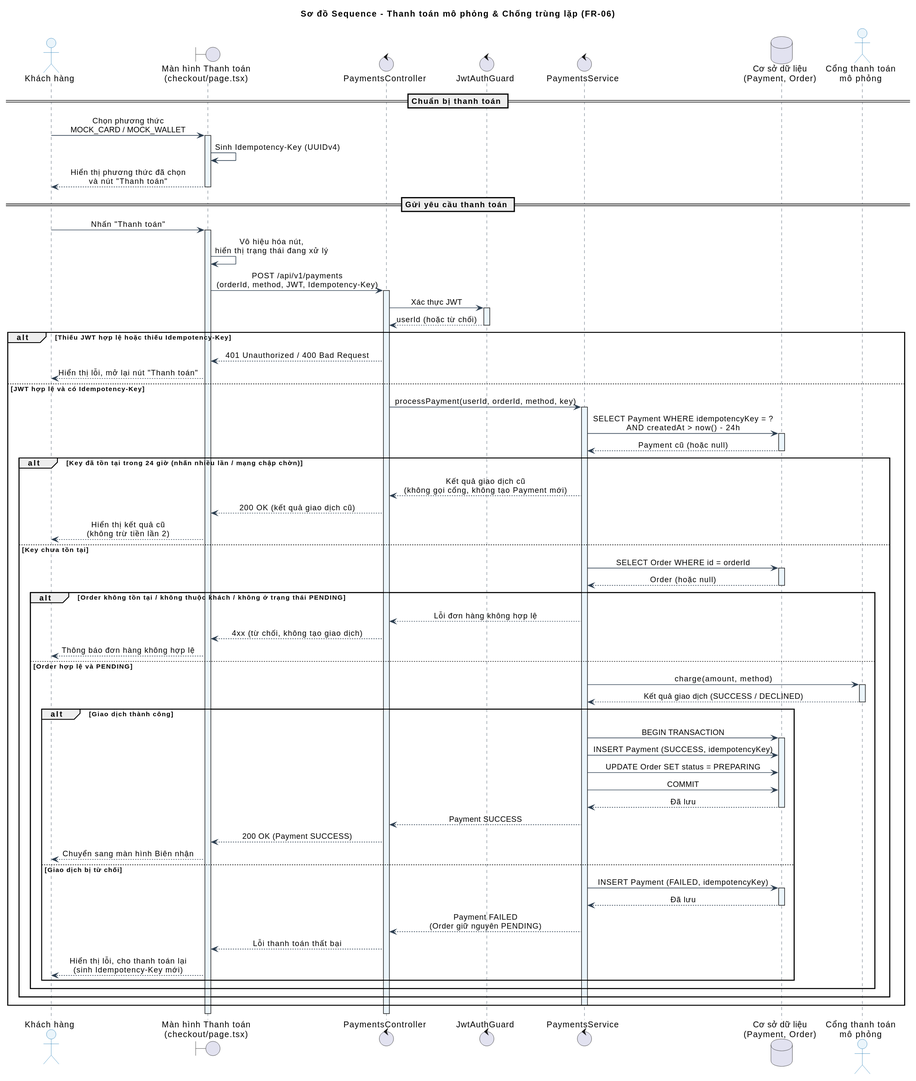
Before: docs/diagrams/payment/sequence-payment.svg, a diagram exported from PlantUML (Phuc280106/BrewLite2).
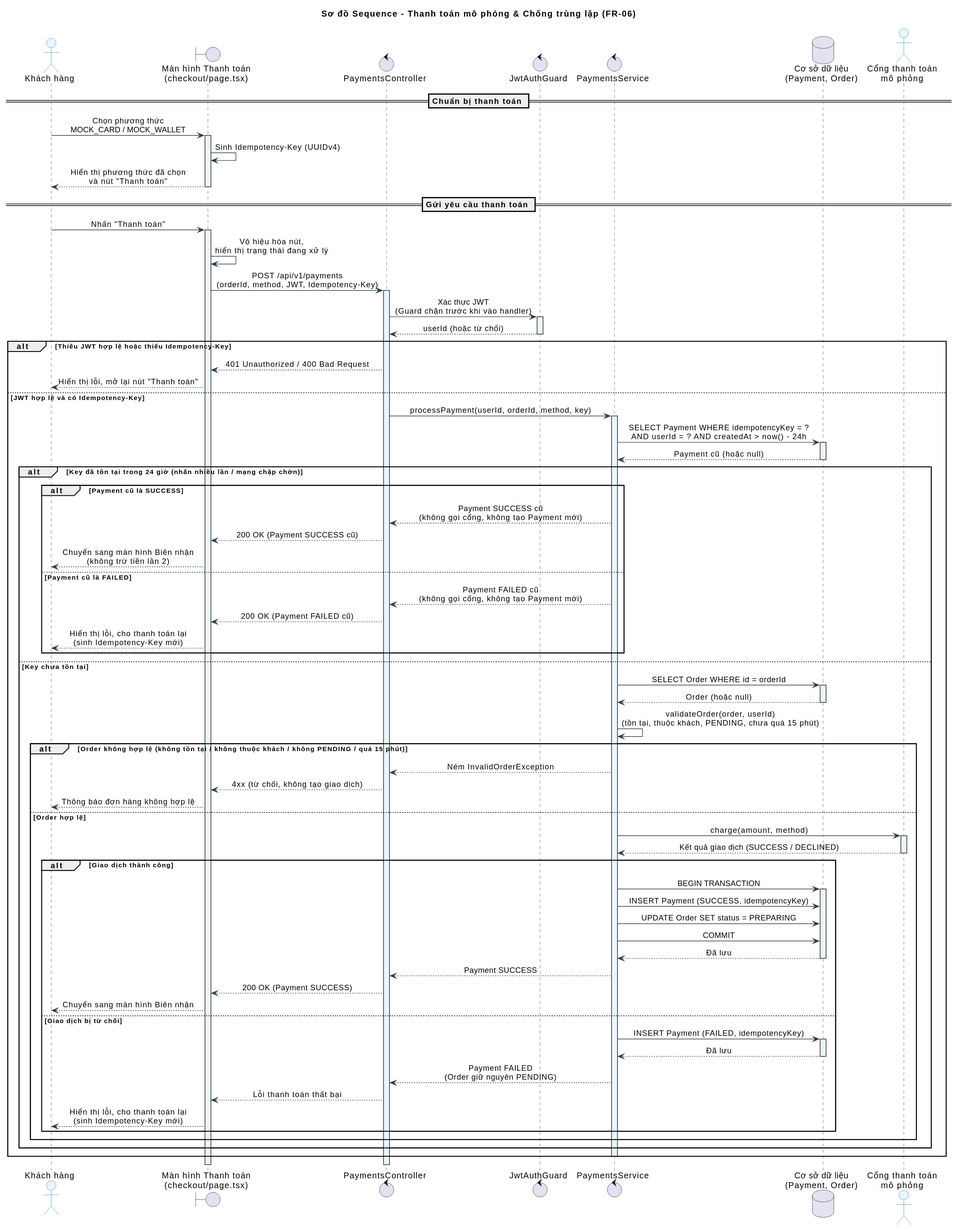
The same diagram one commit later.

Diff of the diagram source:
```diff
@@ -40,7 +40,7 @@
 CheckoutUI -> Controller : POST /api/v1/payments\n(orderId, method, JWT, Idempotency-Key)
 activate Controller
 
-Controller -> Guard : Xác thực JWT
+Controller -> Guard : Xác thực JWT\n(Guard chặn trước khi vào handler)
 activate Guard
 Guard --> Controller : userId (hoặc từ chối)
 deactivate Guard
@@ -52,26 +52,34 @@
     Controller -> Service : processPayment(userId, orderId, method, key)
     activate Service
 
-    Service -> DB : SELECT Payment WHERE idempotencyKey = ?\nAND createdAt > now() - 24h
+    Service -> DB : SELECT Payment WHERE idempotencyKey = ?\nAND userId = ? AND createdAt > now() - 24h
     activate DB
     DB --> Service : Payment cũ (hoặc null)
     deactivate DB
 
     alt Key đã tồn tại trong 24 giờ (nhấn nhiều lần / mạng chập chờn)
-        Service --> Controller : Kết quả giao dịch cũ\n(không gọi cổng, không tạo Payment mới)
-        Controller --> CheckoutUI : 200 OK (kết quả giao dịch cũ)
-        CheckoutUI --> User : Hiển thị kết quả cũ\n(không trừ tiền lần 2)
+        alt Payment cũ là SUCCESS
+            Service --> Controller : Payment SUCCESS cũ\n(không gọi cổng, không tạo Payment mới)
+            Controller --> CheckoutUI : 200 OK (Payment SUCCESS cũ)
+            CheckoutUI --> User : Chuyển sang màn hình Biên nhận\n(không trừ tiền lần 2)
+        else Payment cũ là FAILED
+            Service --> Controller : Payment FAILED cũ\n(không gọi cổng, không tạo Payment mới)
+            Controller --> CheckoutUI : 200 OK (Payment FAILED cũ)
+            CheckoutUI --> User : Hiển thị lỗi, cho thanh toán lại\n(sinh Idempotency-Key mới)
+        end
     else Key chưa tồn tại
         Service -> DB : SELECT Order WHERE id = orderId
         activate DB
         DB --> Service : Order (hoặc null)
         deactivate DB
 
-        alt Order không tồn tại / không thuộc khách / không ở trạng thái PENDING
-            Service --> Controller : Lỗi đơn hàng không hợp lệ
+        Service -> Service : validateOrder(order, userId)\n(tồn tại, thuộc khách, PENDING, chưa quá 15 phút)
+
+        alt Order không hợp lệ (không tồn tại / không thuộc khách / không PENDING / quá 15 phút)
+            Service --> Controller : Ném InvalidOrderException
             Controller --> CheckoutUI : 4xx (từ chối, không tạo giao dịch)
             CheckoutUI --> User : Thông báo đơn hàng không hợp lệ
-        else Order hợp lệ và PENDING
+        else Order hợp lệ
             Service -> Gateway : charge(amount, method)
             activate Gateway
             Gateway --> Service : Kết quả giao dịch (SUCCESS / DECLINED)
```
